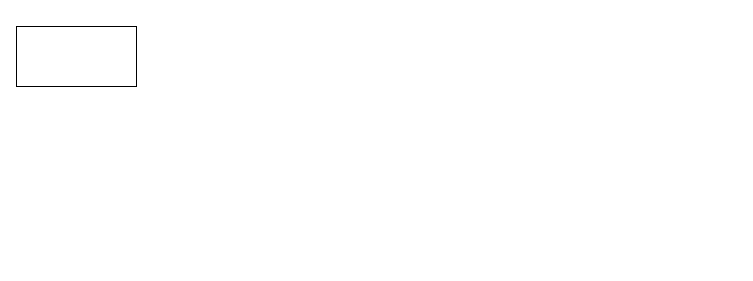
This is Untitled Diagram.drawio from hxzhouh/drawio, a draw.io file, before an edit. Source tidied: cells renumbered, new cells numbered last; positions are measured from the earlier drawing's top-left corner, leaving out a move shared by most shapes. Both pictures are drawn from the tidied source at 100%, with x=0, y=0 at pixel (16, 26).
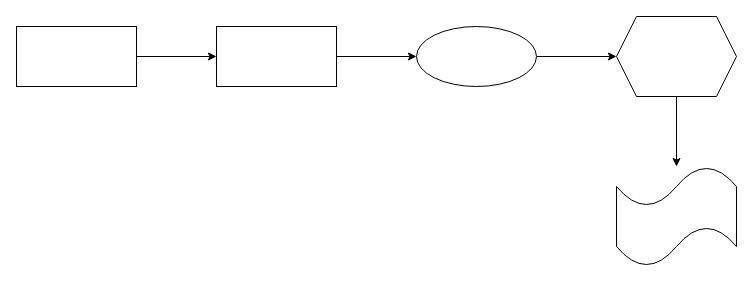
The same page after the edit.

What changed in the source:
```diff
@@
 <mxGraphModel>
   <root>
     <mxCell id="0" />
     <mxCell id="1" parent="0" />
+    <mxCell id="3" style="edgeStyle=orthogonalEdgeStyle;rounded=0;jettySize=auto;html=1;" parent="1" edge="1" source="2" target="5">
+      <mxGeometry relative="1" as="geometry" />
+    </mxCell>
     <mxCell id="2" style="rounded=0;whiteSpace=wrap;html=1;" parent="1" vertex="1">
       <mxGeometry width="120" height="60" as="geometry" />
     </mxCell>
+    <mxCell id="4" style="edgeStyle=orthogonalEdgeStyle;rounded=0;jettySize=auto;html=1;" parent="1" edge="1" source="5" target="7">
+      <mxGeometry relative="1" as="geometry" />
+    </mxCell>
+    <mxCell id="5" style="rounded=0;whiteSpace=wrap;html=1;" parent="1" vertex="1">
+      <mxGeometry x="200" width="120" height="60" as="geometry" />
+    </mxCell>
+    <mxCell id="6" style="edgeStyle=orthogonalEdgeStyle;rounded=0;jettySize=auto;html=1;" parent="1" edge="1" source="7" target="9">
+      <mxGeometry relative="1" as="geometry" />
+    </mxCell>
+    <mxCell id="7" style="ellipse;whiteSpace=wrap;html=1;rounded=0;" parent="1" vertex="1">
+      <mxGeometry x="400" width="120" height="60" as="geometry" />
+    </mxCell>
+    <mxCell id="8" style="edgeStyle=orthogonalEdgeStyle;rounded=0;jettySize=auto;html=1;" parent="1" edge="1" source="9" target="10">
+      <mxGeometry relative="1" as="geometry" />
+    </mxCell>
+    <mxCell id="9" style="shape=hexagon;perimeter=hexagonPerimeter2;whiteSpace=wrap;html=1;fixedSize=1;rounded=0;" parent="1" vertex="1">
+      <mxGeometry x="600" y="-10" width="120" height="80" as="geometry" />
+    </mxCell>
+    <mxCell id="10" style="shape=tape;whiteSpace=wrap;html=1;rounded=0;" parent="1" vertex="1">
+      <mxGeometry x="600" y="140" width="120" height="100" as="geometry" />
+    </mxCell>
   </root>
 </mxGraphModel>
```
